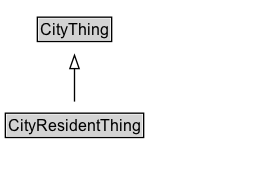
Before: docs/diagrams/CityResidentThing.dot.png, a diagram exported from Graphviz (ISO-TC204/ontology-cdm-p2-v1). Its source is kept beside it as docs/diagrams/CityResidentThing.dot.
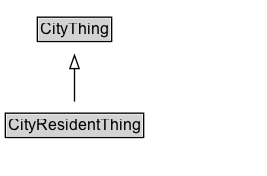
Later version of the same file.

Change to the diagram source:
```diff
@@ -3,13 +3,16 @@
 	node [fontname=Arial fontsize=12 margin=0 shape=none]
 	edge [fontname=Arial fontsize=11]
 	{
+		rank=source
+		CityThing [label=<<TABLE BORDER="1" CELLBORDER="0" CELLSPACING="0" CELLPADDING="1"><TR><TD BGCOLOR="lightgray" ALIGN="CENTER">CityThing</TD></TR></TABLE>> URL="../CityThing" margin=0]
+	}
+	CityResidentThing [label=<<TABLE BORDER="1" CELLBORDER="0" CELLSPACING="0" CELLPADDING="1"><TR><TD BGCOLOR="lightgray" ALIGN="CENTER">CityResidentThing</TD></TR></TABLE>> URL="../CityResidentThing" margin=0]
+	{
 		rank=max
-		CityResidentThing [label=<<TABLE BORDER="1" CELLBORDER="0" CELLSPACING="0" CELLPADDING="1"><TR><TD BGCOLOR="lightgray" ALIGN="CENTER" PORT="e">CityResidentThing</TD></TR></TABLE>> URL="../CityResidentThing.md" margin=0]
 	}
 	subgraph cluster_associated {
 		label="" style=invis
 		Invis [label=<<TABLE BORDER="0" CELLBORDER="0" CELLSPACING="0" CELLPADDING="1"><TR><TD></TD></TR></TABLE>> margin=0 style=invis]
 	}
-	CityThing [label=<<TABLE BORDER="1" CELLBORDER="0" CELLSPACING="0" CELLPADDING="1"><TR><TD BGCOLOR="lightgray" ALIGN="CENTER">CityThing</TD></TR></TABLE>> URL="../CityThing.md" margin=0]
 	CityResidentThing -> CityThing [arrowhead=onormal style=solid]
 }
```
